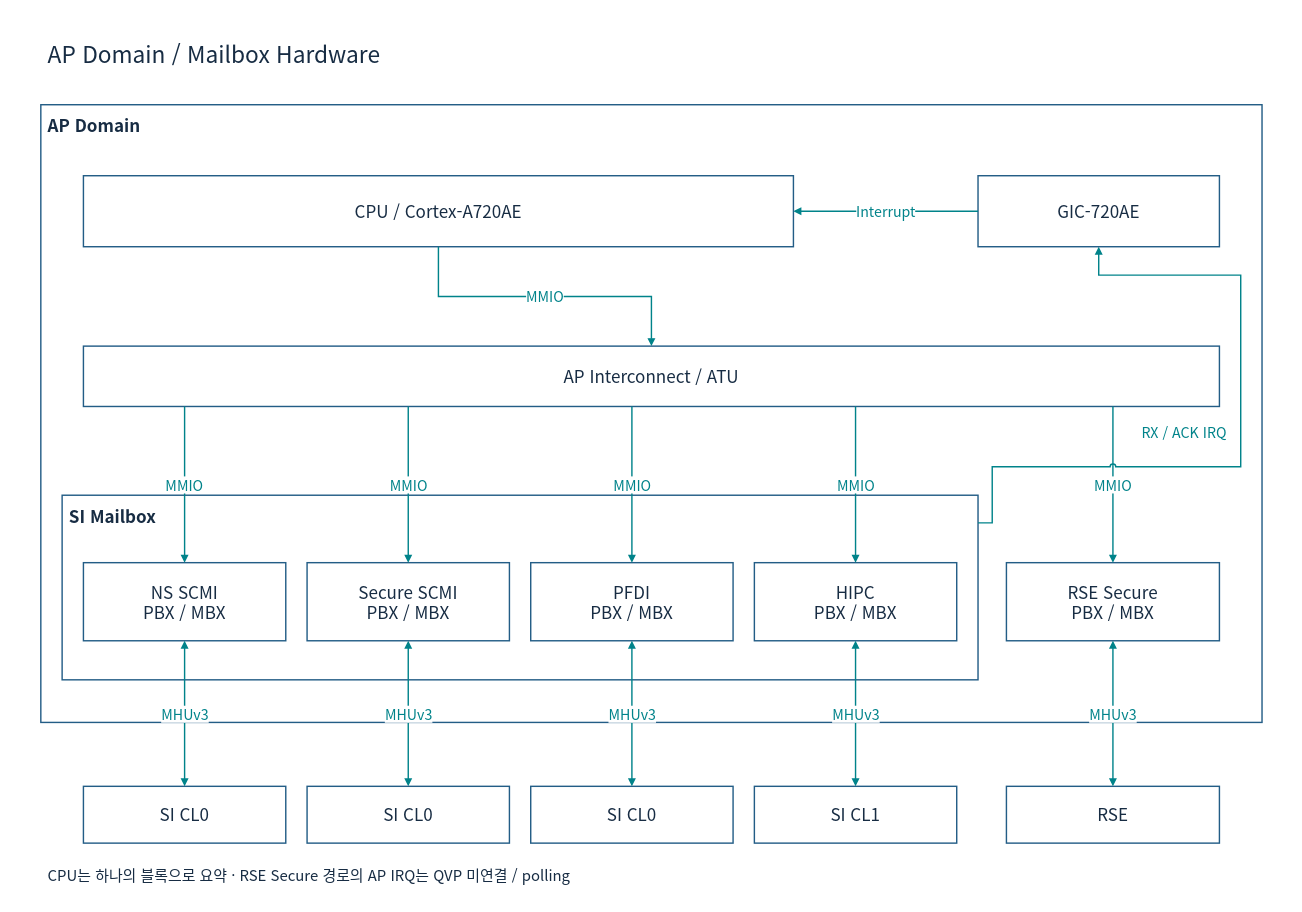
This is page "03-ap-hardware" (5 of 25) of doc/phase1/mailbox/apollo-mailbox-architecture.drawio from cometzero/project-apollo, a draw.io file, before an edit. Source tidied: cells renumbered, new cells numbered last; positions are measured from the earlier drawing's top-left corner, leaving out a move shared by most shapes. Both pictures are drawn from the tidied source at 71%, with x=0, y=0 at pixel (12, 12).
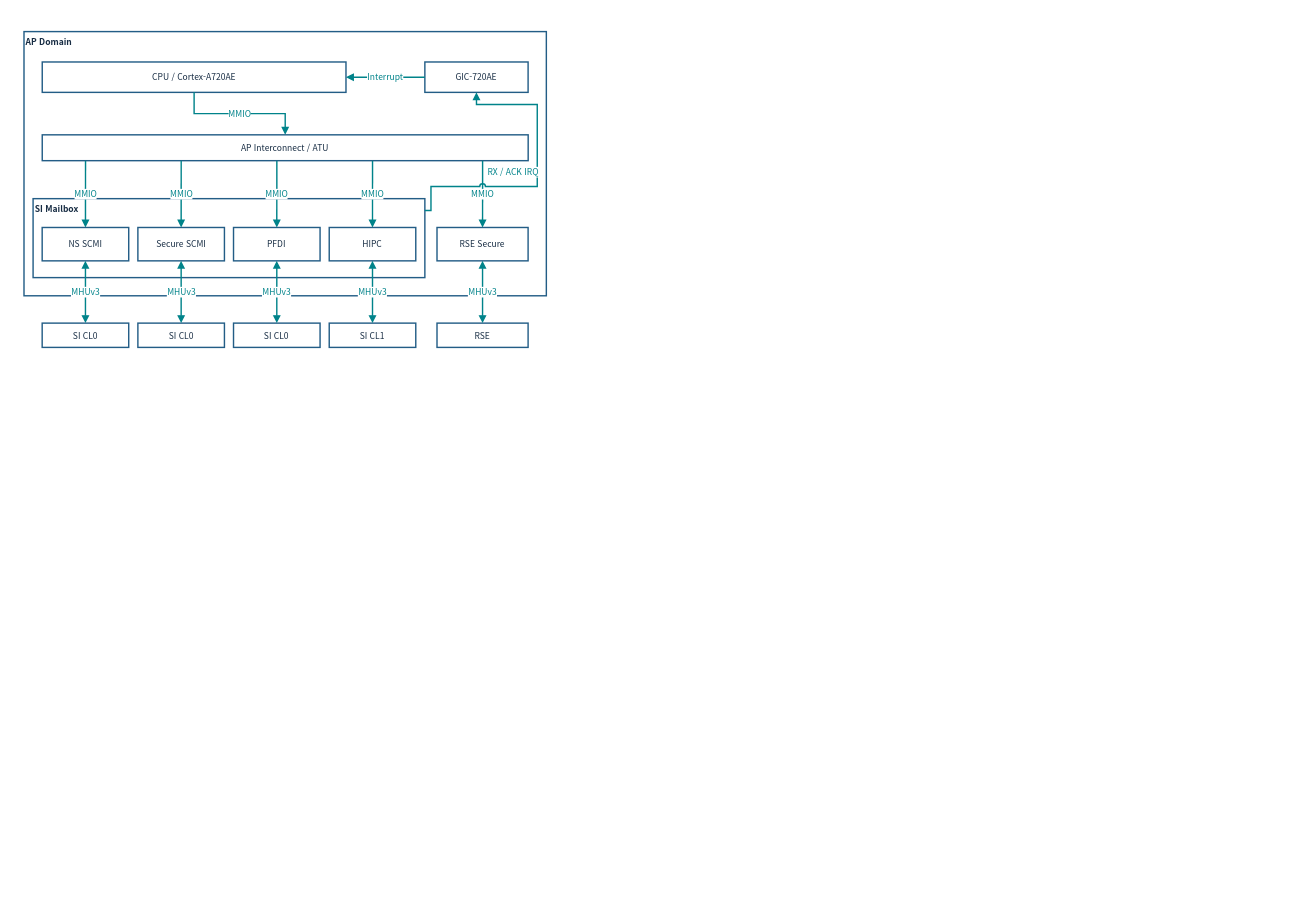
The same diagram, later.

Diff of the diagram source:
```diff
@@
-    <mxCell id="2" style="rounded=0;whiteSpace=wrap;html=1;fillColor=#FFFFFF;strokeColor=#235D86;strokeWidth=2;fontColor=#172C43;fontFamily=Noto Sans CJK KR;fontSize=24;spacing=10;strokeColor=none;" parent="1" vertex="1">
-      <mxGeometry width="1800" height="1250" as="geometry" />
-    </mxCell>
-    <mxCell id="3" value="AP Domain / Mailbox Hardware" style="rounded=0;whiteSpace=wrap;html=1;fillColor=#FFFFFF;strokeColor=#235D86;strokeWidth=2;fontColor=#172C43;fontFamily=Noto Sans CJK KR;fontSize=24;spacing=10;strokeColor=none;fontSize=32;align=left;" parent="1" vertex="1">
-      <mxGeometry x="40" y="25" width="1720" height="65" as="geometry" />
-    </mxCell>
-    <mxCell id="4" value="AP Domain" style="rounded=0;whiteSpace=wrap;html=1;fillColor=#FFFFFF;strokeColor=#235D86;strokeWidth=2;fontColor=#172C43;fontFamily=Noto Sans CJK KR;fontSize=24;spacing=10;verticalAlign=top;align=left;fontStyle=1;" parent="1" vertex="1">
-      <mxGeometry x="40" y="130" width="1720" height="870" as="geometry" />
+    <mxCell id="4" value="AP Domain" style="rounded=0;whiteSpace=wrap;html=1;fillColor=#FFFFFF;strokeColor=#235D86;strokeWidth=2;fontColor=#172C43;fontFamily=Noto Sans CJK KR;verticalAlign=top;align=left;fontStyle=1;fontSize=12;spacing=3;whiteSpace=wrap;" parent="1" vertex="1">
+      <mxGeometry x="16.3" y="27" width="735.7" height="372.1" as="geometry" />
     </mxCell>
-    <mxCell id="5" value="CPU / Cortex-A720AE" style="rounded=0;whiteSpace=wrap;html=1;fillColor=#FFFFFF;strokeColor=#235D86;strokeWidth=2;fontColor=#172C43;fontFamily=Noto Sans CJK KR;fontSize=24;spacing=10;" parent="4" vertex="1">
-      <mxGeometry x="60" y="100" width="1000" height="100" as="geometry" />
+    <mxCell id="5" value="CPU / Cortex-A720AE" style="rounded=0;whiteSpace=wrap;html=1;fillColor=#FFFFFF;strokeColor=#235D86;strokeWidth=2;fontColor=#172C43;fontFamily=Noto Sans CJK KR;fontSize=12;spacing=3;whiteSpace=wrap;" parent="4" vertex="1">
+      <mxGeometry x="25.7" y="42.8" width="427.8" height="42.8" as="geometry" />
     </mxCell>
-    <mxCell id="6" value="GIC-720AE" style="rounded=0;whiteSpace=wrap;html=1;fillColor=#FFFFFF;strokeColor=#235D86;strokeWidth=2;fontColor=#172C43;fontFamily=Noto Sans CJK KR;fontSize=24;spacing=10;" parent="4" vertex="1">
-      <mxGeometry x="1320" y="100" width="340" height="100" as="geometry" />
+    <mxCell id="6" value="GIC-720AE" style="rounded=0;whiteSpace=wrap;html=1;fillColor=#FFFFFF;strokeColor=#235D86;strokeWidth=2;fontColor=#172C43;fontFamily=Noto Sans CJK KR;fontSize=12;spacing=3;whiteSpace=wrap;" parent="4" vertex="1">
+      <mxGeometry x="564.6" y="42.8" width="145.4" height="42.8" as="geometry" />
     </mxCell>
-    <mxCell id="7" value="AP Interconnect / ATU" style="rounded=0;whiteSpace=wrap;html=1;fillColor=#FFFFFF;strokeColor=#235D86;strokeWidth=2;fontColor=#172C43;fontFamily=Noto Sans CJK KR;fontSize=24;spacing=10;" parent="4" vertex="1">
-      <mxGeometry x="60" y="340" width="1600" height="85" as="geometry" />
+    <mxCell id="7" value="AP Interconnect / ATU" style="rounded=0;whiteSpace=wrap;html=1;fillColor=#FFFFFF;strokeColor=#235D86;strokeWidth=2;fontColor=#172C43;fontFamily=Noto Sans CJK KR;fontSize=12;spacing=3;whiteSpace=wrap;" parent="4" vertex="1">
+      <mxGeometry x="25.7" y="145.4" width="684.4" height="36.4" as="geometry" />
     </mxCell>
-    <mxCell id="8" value="MMIO" style="edgeStyle=orthogonalEdgeStyle;rounded=0;html=1;endArrow=block;endFill=1;strokeWidth=2;strokeColor=#00838A;fontColor=#00838A;fontFamily=Noto Sans CJK KR;fontSize=20;labelBackgroundColor=#FFFFFF;jumpStyle=arc;exitX=0.5;exitY=1;entryX=0.5;entryY=0;" parent="1" edge="1" source="5" target="7">
+    <mxCell id="8" value="MMIO" style="edgeStyle=orthogonalEdgeStyle;rounded=0;html=1;endArrow=block;endFill=1;strokeWidth=2;strokeColor=#00838A;fontColor=#00838A;fontFamily=Noto Sans CJK KR;labelBackgroundColor=#FFFFFF;jumpStyle=arc;exitX=0.5;exitY=1;entryX=0.5;entryY=0;fontSize=12;spacing=3;whiteSpace=nowrap;" parent="1" edge="1" source="5" target="7">
       <mxGeometry relative="1" as="geometry" />
     </mxCell>
-    <mxCell id="9" value="Interrupt" style="edgeStyle=orthogonalEdgeStyle;rounded=0;html=1;endArrow=block;endFill=1;strokeWidth=2;strokeColor=#00838A;fontColor=#00838A;fontFamily=Noto Sans CJK KR;fontSize=20;labelBackgroundColor=#FFFFFF;jumpStyle=arc;exitX=0;exitY=0.5;entryX=1;entryY=0.5;" parent="1" edge="1" source="6" target="5">
+    <mxCell id="9" value="Interrupt" style="edgeStyle=orthogonalEdgeStyle;rounded=0;html=1;endArrow=block;endFill=1;strokeWidth=2;strokeColor=#00838A;fontColor=#00838A;fontFamily=Noto Sans CJK KR;labelBackgroundColor=#FFFFFF;jumpStyle=arc;exitX=0;exitY=0.5;entryX=1;entryY=0.5;fontSize=12;spacing=3;whiteSpace=nowrap;" parent="1" edge="1" source="6" target="5">
       <mxGeometry relative="1" as="geometry" />
     </mxCell>
-    <mxCell id="10" value="SI Mailbox" style="rounded=0;whiteSpace=wrap;html=1;fillColor=#FFFFFF;strokeColor=#235D86;strokeWidth=2;fontColor=#172C43;fontFamily=Noto Sans CJK KR;fontSize=24;spacing=10;verticalAlign=top;align=left;fontStyle=1;" parent="4" vertex="1">
-      <mxGeometry x="30" y="550" width="1290" height="260" as="geometry" />
+    <mxCell id="10" value="SI Mailbox" style="rounded=0;whiteSpace=wrap;html=1;fillColor=#FFFFFF;strokeColor=#235D86;strokeWidth=2;fontColor=#172C43;fontFamily=Noto Sans CJK KR;verticalAlign=top;align=left;fontStyle=1;fontSize=12;spacing=3;whiteSpace=wrap;" parent="4" vertex="1">
+      <mxGeometry x="12.8" y="235.3" width="551.8" height="111.2" as="geometry" />
     </mxCell>
-    <mxCell id="11" value="NS SCMI&lt;br&gt;PBX / MBX" style="rounded=0;whiteSpace=wrap;html=1;fillColor=#FFFFFF;strokeColor=#235D86;strokeWidth=2;fontColor=#172C43;fontFamily=Noto Sans CJK KR;fontSize=24;spacing=10;" parent="10" vertex="1">
-      <mxGeometry x="30" y="95" width="285" height="110" as="geometry" />
+    <mxCell id="11" value="NS SCMI" style="rounded=0;whiteSpace=wrap;html=1;fillColor=#FFFFFF;strokeColor=#235D86;strokeWidth=2;fontColor=#172C43;fontFamily=Noto Sans CJK KR;fontSize=12;spacing=3;whiteSpace=wrap;" parent="10" vertex="1">
+      <mxGeometry x="12.8" y="40.6" width="121.9" height="47" as="geometry" />
     </mxCell>
-    <mxCell id="12" value="SI CL0" style="rounded=0;whiteSpace=wrap;html=1;fillColor=#FFFFFF;strokeColor=#235D86;strokeWidth=2;fontColor=#172C43;fontFamily=Noto Sans CJK KR;fontSize=24;spacing=10;" parent="1" vertex="1">
-      <mxGeometry x="100" y="1090" width="285" height="80" as="geometry" />
+    <mxCell id="12" value="SI CL0" style="rounded=0;whiteSpace=wrap;html=1;fillColor=#FFFFFF;strokeColor=#235D86;strokeWidth=2;fontColor=#172C43;fontFamily=Noto Sans CJK KR;fontSize=12;spacing=3;whiteSpace=wrap;" parent="1" vertex="1">
+      <mxGeometry x="41.9" y="437.6" width="121.9" height="34.2" as="geometry" />
     </mxCell>
-    <mxCell id="13" value="MMIO" style="edgeStyle=orthogonalEdgeStyle;rounded=0;html=1;endArrow=block;endFill=1;strokeWidth=2;strokeColor=#00838A;fontColor=#00838A;fontFamily=Noto Sans CJK KR;fontSize=20;labelBackgroundColor=#FFFFFF;jumpStyle=arc;exitX=0.0890625;exitY=1;entryX=0.5;entryY=0;" parent="1" edge="1" source="7" target="11">
+    <mxCell id="13" value="MMIO" style="edgeStyle=orthogonalEdgeStyle;rounded=0;html=1;endArrow=block;endFill=1;strokeWidth=2;strokeColor=#00838A;fontColor=#00838A;fontFamily=Noto Sans CJK KR;labelBackgroundColor=#FFFFFF;jumpStyle=arc;exitX=0.0890625;exitY=1;entryX=0.5;entryY=0;fontSize=12;spacing=3;whiteSpace=nowrap;" parent="1" edge="1" source="7" target="11">
       <mxGeometry relative="1" as="geometry" />
     </mxCell>
-    <mxCell id="14" value="MHUv3" style="edgeStyle=orthogonalEdgeStyle;rounded=0;html=1;endArrow=block;endFill=1;strokeWidth=2;strokeColor=#00838A;fontColor=#00838A;fontFamily=Noto Sans CJK KR;fontSize=20;labelBackgroundColor=#FFFFFF;jumpStyle=arc;startArrow=block;startFill=1;exitX=0.5;exitY=1;entryX=0.5;entryY=0;" parent="1" edge="1" source="11" target="12">
+    <mxCell id="14" value="MHUv3" style="edgeStyle=orthogonalEdgeStyle;rounded=0;html=1;endArrow=block;endFill=1;strokeWidth=2;strokeColor=#00838A;fontColor=#00838A;fontFamily=Noto Sans CJK KR;labelBackgroundColor=#FFFFFF;jumpStyle=arc;startArrow=block;startFill=1;exitX=0.5;exitY=1;entryX=0.5;entryY=0;fontSize=12;spacing=3;whiteSpace=nowrap;" parent="1" edge="1" source="11" target="12">
       <mxGeometry relative="1" as="geometry" />
     </mxCell>
-    <mxCell id="15" value="Secure SCMI&lt;br&gt;PBX / MBX" style="rounded=0;whiteSpace=wrap;html=1;fillColor=#FFFFFF;strokeColor=#235D86;strokeWidth=2;fontColor=#172C43;fontFamily=Noto Sans CJK KR;fontSize=24;spacing=10;" parent="10" vertex="1">
-      <mxGeometry x="345" y="95" width="285" height="110" as="geometry" />
+    <mxCell id="15" value="Secure SCMI" style="rounded=0;whiteSpace=wrap;html=1;fillColor=#FFFFFF;strokeColor=#235D86;strokeWidth=2;fontColor=#172C43;fontFamily=Noto Sans CJK KR;fontSize=12;spacing=3;whiteSpace=wrap;" parent="10" vertex="1">
+      <mxGeometry x="147.6" y="40.6" width="121.9" height="47" as="geometry" />
     </mxCell>
-    <mxCell id="16" value="SI CL0" style="rounded=0;whiteSpace=wrap;html=1;fillColor=#FFFFFF;strokeColor=#235D86;strokeWidth=2;fontColor=#172C43;fontFamily=Noto Sans CJK KR;fontSize=24;spacing=10;" parent="1" vertex="1">
-      <mxGeometry x="415" y="1090" width="285" height="80" as="geometry" />
+    <mxCell id="16" value="SI CL0" style="rounded=0;whiteSpace=wrap;html=1;fillColor=#FFFFFF;strokeColor=#235D86;strokeWidth=2;fontColor=#172C43;fontFamily=Noto Sans CJK KR;fontSize=12;spacing=3;whiteSpace=wrap;" parent="1" vertex="1">
+      <mxGeometry x="176.7" y="437.6" width="121.9" height="34.2" as="geometry" />
     </mxCell>
-    <mxCell id="17" value="MMIO" style="edgeStyle=orthogonalEdgeStyle;rounded=0;html=1;endArrow=block;endFill=1;strokeWidth=2;strokeColor=#00838A;fontColor=#00838A;fontFamily=Noto Sans CJK KR;fontSize=20;labelBackgroundColor=#FFFFFF;jumpStyle=arc;exitX=0.2859375;exitY=1;entryX=0.5;entryY=0;" parent="1" edge="1" source="7" target="15">
+    <mxCell id="17" value="MMIO" style="edgeStyle=orthogonalEdgeStyle;rounded=0;html=1;endArrow=block;endFill=1;strokeWidth=2;strokeColor=#00838A;fontColor=#00838A;fontFamily=Noto Sans CJK KR;labelBackgroundColor=#FFFFFF;jumpStyle=arc;exitX=0.2859375;exitY=1;entryX=0.5;entryY=0;fontSize=12;spacing=3;whiteSpace=nowrap;" parent="1" edge="1" source="7" target="15">
       <mxGeometry relative="1" as="geometry" />
     </mxCell>
-    <mxCell id="18" value="MHUv3" style="edgeStyle=orthogonalEdgeStyle;rounded=0;html=1;endArrow=block;endFill=1;strokeWidth=2;strokeColor=#00838A;fontColor=#00838A;fontFamily=Noto Sans CJK KR;fontSize=20;labelBackgroundColor=#FFFFFF;jumpStyle=arc;startArrow=block;startFill=1;exitX=0.5;exitY=1;entryX=0.5;entryY=0;" parent="1" edge="1" source="15" target="16">
+    <mxCell id="18" value="MHUv3" style="edgeStyle=orthogonalEdgeStyle;rounded=0;html=1;endArrow=block;endFill=1;strokeWidth=2;strokeColor=#00838A;fontColor=#00838A;fontFamily=Noto Sans CJK KR;labelBackgroundColor=#FFFFFF;jumpStyle=arc;startArrow=block;startFill=1;exitX=0.5;exitY=1;entryX=0.5;entryY=0;fontSize=12;spacing=3;whiteSpace=nowrap;" parent="1" edge="1" source="15" target="16">
       <mxGeometry relative="1" as="geometry" />
     </mxCell>
-    <mxCell id="19" value="PFDI&lt;br&gt;PBX / MBX" style="rounded=0;whiteSpace=wrap;html=1;fillColor=#FFFFFF;strokeColor=#235D86;strokeWidth=2;fontColor=#172C43;fontFamily=Noto Sans CJK KR;fontSize=24;spacing=10;" parent="10" vertex="1">
-      <mxGeometry x="660" y="95" width="285" height="110" as="geometry" />
+    <mxCell id="19" value="PFDI" style="rounded=0;whiteSpace=wrap;html=1;fillColor=#FFFFFF;strokeColor=#235D86;strokeWidth=2;fontColor=#172C43;fontFamily=Noto Sans CJK KR;fontSize=12;spacing=3;whiteSpace=wrap;" parent="10" vertex="1">
+      <mxGeometry x="282.3" y="40.6" width="121.9" height="47" as="geometry" />
     </mxCell>
-    <mxCell id="20" value="SI CL0" style="rounded=0;whiteSpace=wrap;html=1;fillColor=#FFFFFF;strokeColor=#235D86;strokeWidth=2;fontColor=#172C43;fontFamily=Noto Sans CJK KR;fontSize=24;spacing=10;" parent="1" vertex="1">
-      <mxGeometry x="730" y="1090" width="285" height="80" as="geometry" />
+    <mxCell id="20" value="SI CL0" style="rounded=0;whiteSpace=wrap;html=1;fillColor=#FFFFFF;strokeColor=#235D86;strokeWidth=2;fontColor=#172C43;fontFamily=Noto Sans CJK KR;fontSize=12;spacing=3;whiteSpace=wrap;" parent="1" vertex="1">
+      <mxGeometry x="311.4" y="437.6" width="121.9" height="34.2" as="geometry" />
     </mxCell>
-    <mxCell id="21" value="MMIO" style="edgeStyle=orthogonalEdgeStyle;rounded=0;html=1;endArrow=block;endFill=1;strokeWidth=2;strokeColor=#00838A;fontColor=#00838A;fontFamily=Noto Sans CJK KR;fontSize=20;labelBackgroundColor=#FFFFFF;jumpStyle=arc;exitX=0.4828125;exitY=1;entryX=0.5;entryY=0;" parent="1" edge="1" source="7" target="19">
+    <mxCell id="21" value="MMIO" style="edgeStyle=orthogonalEdgeStyle;rounded=0;html=1;endArrow=block;endFill=1;strokeWidth=2;strokeColor=#00838A;fontColor=#00838A;fontFamily=Noto Sans CJK KR;labelBackgroundColor=#FFFFFF;jumpStyle=arc;exitX=0.4828125;exitY=1;entryX=0.5;entryY=0;fontSize=12;spacing=3;whiteSpace=nowrap;" parent="1" edge="1" source="7" target="19">
       <mxGeometry relative="1" as="geometry" />
     </mxCell>
-    <mxCell id="22" value="MHUv3" style="edgeStyle=orthogonalEdgeStyle;rounded=0;html=1;endArrow=block;endFill=1;strokeWidth=2;strokeColor=#00838A;fontColor=#00838A;fontFamily=Noto Sans CJK KR;fontSize=20;labelBackgroundColor=#FFFFFF;jumpStyle=arc;startArrow=block;startFill=1;exitX=0.5;exitY=1;entryX=0.5;entryY=0;" parent="1" edge="1" source="19" target="20">
+    <mxCell id="22" value="MHUv3" style="edgeStyle=orthogonalEdgeStyle;rounded=0;html=1;endArrow=block;endFill=1;strokeWidth=2;strokeColor=#00838A;fontColor=#00838A;fontFamily=Noto Sans CJK KR;labelBackgroundColor=#FFFFFF;jumpStyle=arc;startArrow=block;startFill=1;exitX=0.5;exitY=1;entryX=0.5;entryY=0;fontSize=12;spacing=3;whiteSpace=nowrap;" parent="1" edge="1" source="19" target="20">
       <mxGeometry relative="1" as="geometry" />
     </mxCell>
-    <mxCell id="23" value="HIPC&lt;br&gt;PBX / MBX" style="rounded=0;whiteSpace=wrap;html=1;fillColor=#FFFFFF;strokeColor=#235D86;strokeWidth=2;fontColor=#172C43;fontFamily=Noto Sans CJK KR;fontSize=24;spacing=10;" parent="10" vertex="1">
-      <mxGeometry x="975" y="95" width="285" height="110" as="geometry" />
+    <mxCell id="23" value="HIPC" style="rounded=0;whiteSpace=wrap;html=1;fillColor=#FFFFFF;strokeColor=#235D86;strokeWidth=2;fontColor=#172C43;fontFamily=Noto Sans CJK KR;fontSize=12;spacing=3;whiteSpace=wrap;" parent="10" vertex="1">
+      <mxGeometry x="417.1" y="40.6" width="121.9" height="47" as="geometry" />
     </mxCell>
-    <mxCell id="24" value="SI CL1" style="rounded=0;whiteSpace=wrap;html=1;fillColor=#FFFFFF;strokeColor=#235D86;strokeWidth=2;fontColor=#172C43;fontFamily=Noto Sans CJK KR;fontSize=24;spacing=10;" parent="1" vertex="1">
-      <mxGeometry x="1045" y="1090" width="285" height="80" as="geometry" />
+    <mxCell id="24" value="SI CL1" style="rounded=0;whiteSpace=wrap;html=1;fillColor=#FFFFFF;strokeColor=#235D86;strokeWidth=2;fontColor=#172C43;fontFamily=Noto Sans CJK KR;fontSize=12;spacing=3;whiteSpace=wrap;" parent="1" vertex="1">
+      <mxGeometry x="446.2" y="437.6" width="121.9" height="34.2" as="geometry" />
     </mxCell>
-    <mxCell id="25" value="MMIO" style="edgeStyle=orthogonalEdgeStyle;rounded=0;html=1;endArrow=block;endFill=1;strokeWidth=2;strokeColor=#00838A;fontColor=#00838A;fontFamily=Noto Sans CJK KR;fontSize=20;labelBackgroundColor=#FFFFFF;jumpStyle=arc;exitX=0.6796875;exitY=1;entryX=0.5;entryY=0;" parent="1" edge="1" source="7" target="23">
+    <mxCell id="25" value="MMIO" style="edgeStyle=orthogonalEdgeStyle;rounded=0;html=1;endArrow=block;endFill=1;strokeWidth=2;strokeColor=#00838A;fontColor=#00838A;fontFamily=Noto Sans CJK KR;labelBackgroundColor=#FFFFFF;jumpStyle=arc;exitX=0.6796875;exitY=1;entryX=0.5;entryY=0;fontSize=12;spacing=3;whiteSpace=nowrap;" parent="1" edge="1" source="7" target="23">
       <mxGeometry relative="1" as="geometry" />
     </mxCell>
-    <mxCell id="26" value="MHUv3" style="edgeStyle=orthogonalEdgeStyle;rounded=0;html=1;endArrow=block;endFill=1;strokeWidth=2;strokeColor=#00838A;fontColor=#00838A;fontFamily=Noto Sans CJK KR;fontSize=20;labelBackgroundColor=#FFFFFF;jumpStyle=arc;startArrow=block;startFill=1;exitX=0.5;exitY=1;entryX=0.5;entryY=0;" parent="1" edge="1" source="23" target="24">
+    <mxCell id="26" value="MHUv3" style="edgeStyle=orthogonalEdgeStyle;rounded=0;html=1;endArrow=block;endFill=1;strokeWidth=2;strokeColor=#00838A;fontColor=#00838A;fontFamily=Noto Sans CJK KR;labelBackgroundColor=#FFFFFF;jumpStyle=arc;startArrow=block;startFill=1;exitX=0.5;exitY=1;entryX=0.5;entryY=0;fontSize=12;spacing=3;whiteSpace=nowrap;" parent="1" edge="1" source="23" target="24">
       <mxGeometry relative="1" as="geometry" />
     </mxCell>
-    <mxCell id="27" value="RSE Secure&lt;br&gt;PBX / MBX" style="rounded=0;whiteSpace=wrap;html=1;fillColor=#FFFFFF;strokeColor=#235D86;strokeWidth=2;fontColor=#172C43;fontFamily=Noto Sans CJK KR;fontSize=24;spacing=10;" parent="4" vertex="1">
-      <mxGeometry x="1360" y="645" width="300" height="110" as="geometry" />
+    <mxCell id="27" value="RSE Secure" style="rounded=0;whiteSpace=wrap;html=1;fillColor=#FFFFFF;strokeColor=#235D86;strokeWidth=2;fontColor=#172C43;fontFamily=Noto Sans CJK KR;fontSize=12;spacing=3;whiteSpace=wrap;" parent="4" vertex="1">
+      <mxGeometry x="581.7" y="275.9" width="128.3" height="47" as="geometry" />
     </mxCell>
-    <mxCell id="28" value="RSE" style="rounded=0;whiteSpace=wrap;html=1;fillColor=#FFFFFF;strokeColor=#235D86;strokeWidth=2;fontColor=#172C43;fontFamily=Noto Sans CJK KR;fontSize=24;spacing=10;" parent="1" vertex="1">
-      <mxGeometry x="1400" y="1090" width="300" height="80" as="geometry" />
+    <mxCell id="28" value="RSE" style="rounded=0;whiteSpace=wrap;html=1;fillColor=#FFFFFF;strokeColor=#235D86;strokeWidth=2;fontColor=#172C43;fontFamily=Noto Sans CJK KR;fontSize=12;spacing=3;whiteSpace=wrap;" parent="1" vertex="1">
+      <mxGeometry x="598" y="437.6" width="128.3" height="34.2" as="geometry" />
     </mxCell>
-    <mxCell id="29" value="MMIO" style="edgeStyle=orthogonalEdgeStyle;rounded=0;html=1;endArrow=block;endFill=1;strokeWidth=2;strokeColor=#00838A;fontColor=#00838A;fontFamily=Noto Sans CJK KR;fontSize=20;labelBackgroundColor=#FFFFFF;jumpStyle=arc;exitX=0.90625;exitY=1;entryX=0.5;entryY=0;" parent="1" edge="1" source="7" target="27">
+    <mxCell id="29" value="MMIO" style="edgeStyle=orthogonalEdgeStyle;rounded=0;html=1;endArrow=block;endFill=1;strokeWidth=2;strokeColor=#00838A;fontColor=#00838A;fontFamily=Noto Sans CJK KR;labelBackgroundColor=#FFFFFF;jumpStyle=arc;exitX=0.90625;exitY=1;entryX=0.5;entryY=0;fontSize=12;spacing=3;whiteSpace=nowrap;" parent="1" edge="1" source="7" target="27">
       <mxGeometry relative="1" as="geometry" />
     </mxCell>
-    <mxCell id="30" value="MHUv3" style="edgeStyle=orthogonalEdgeStyle;rounded=0;html=1;endArrow=block;endFill=1;strokeWidth=2;strokeColor=#00838A;fontColor=#00838A;fontFamily=Noto Sans CJK KR;fontSize=20;labelBackgroundColor=#FFFFFF;jumpStyle=arc;startArrow=block;startFill=1;exitX=0.5;exitY=1;entryX=0.5;entryY=0;" parent="1" edge="1" source="27" target="28">
+    <mxCell id="30" value="MHUv3" style="edgeStyle=orthogonalEdgeStyle;rounded=0;html=1;endArrow=block;endFill=1;strokeWidth=2;strokeColor=#00838A;fontColor=#00838A;fontFamily=Noto Sans CJK KR;labelBackgroundColor=#FFFFFF;jumpStyle=arc;startArrow=block;startFill=1;exitX=0.5;exitY=1;entryX=0.5;entryY=0;fontSize=12;spacing=3;whiteSpace=nowrap;" parent="1" edge="1" source="27" target="28">
       <mxGeometry relative="1" as="geometry" />
     </mxCell>
-    <mxCell id="31" value="RX / ACK IRQ" style="edgeStyle=orthogonalEdgeStyle;rounded=0;html=1;endArrow=block;endFill=1;strokeWidth=2;strokeColor=#00838A;fontColor=#00838A;fontFamily=Noto Sans CJK KR;fontSize=20;labelBackgroundColor=#FFFFFF;jumpStyle=arc;exitX=1;exitY=0.15;entryX=0.5;entryY=1;" parent="1" edge="1" source="10" target="6">
+    <mxCell id="31" value="RX / ACK IRQ" style="edgeStyle=orthogonalEdgeStyle;rounded=0;html=1;endArrow=block;endFill=1;strokeWidth=2;strokeColor=#00838A;fontColor=#00838A;fontFamily=Noto Sans CJK KR;labelBackgroundColor=#FFFFFF;jumpStyle=arc;exitX=1;exitY=0.15;entryX=0.5;entryY=1;fontSize=12;spacing=3;whiteSpace=nowrap;" parent="1" edge="1" source="10" target="6">
       <mxGeometry relative="1" as="geometry">
         <Array as="points">
-          <mxPoint x="1380" y="719" />
-          <mxPoint x="1380" y="640" />
-          <mxPoint x="1730" y="640" />
-          <mxPoint x="1730" y="370" />
-          <mxPoint x="1530" y="370" />
+          <mxPoint x="589.5" y="278.9" />
+          <mxPoint x="589.5" y="245.1" />
+          <mxPoint x="739.2" y="245.1" />
+          <mxPoint x="739.2" y="129.6" />
+          <mxPoint x="653.6" y="129.6" />
         </Array>
-        <mxPoint x="-80" y="-18" as="offset" />
+        <mxPoint x="-34.2" y="-7.7" as="offset" />
       </mxGeometry>
     </mxCell>
-    <mxCell id="32" value="CPU는 하나의 블록으로 요약 · RSE Secure 경로의 AP IRQ는 QVP 미연결 / polling" style="rounded=0;whiteSpace=wrap;html=1;fillColor=#FFFFFF;strokeColor=#235D86;strokeWidth=2;fontColor=#172C43;fontFamily=Noto Sans CJK KR;fontSize=24;spacing=10;strokeColor=none;fontSize=21;align=left;" parent="1" vertex="1">
-      <mxGeometry x="40" y="1190" width="1720" height="50" as="geometry" />
-    </mxCell>
```
